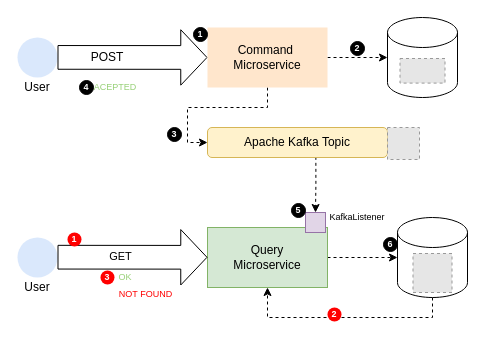
This is page "Page-1" (1 of 2) of resources/cqrs.drawio from drubioa/demo-cqrs-kafka, a draw.io file, before an edit. Source tidied: cells renumbered, new cells numbered last; positions are measured from the earlier drawing's top-left corner, leaving out a move shared by most shapes. Both pictures are drawn from the tidied source at 100%, with x=0, y=0 at pixel (17, 17). Pictures stored in the file or linked from it are replaced by grey dashed boxes.
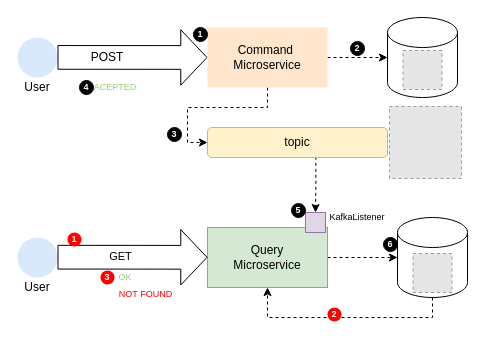
After the change.

Change to the diagram source:
```diff
@@
-    <mxCell id="11" value="Apache Kafka Topic" style="rounded=1;whiteSpace=wrap;html=1;fillColor=#fff2cc;strokeColor=#d6b656;" parent="1" vertex="1">
+    <mxCell id="11" value="topic" style="rounded=1;whiteSpace=wrap;html=1;fillColor=#fff2cc;strokeColor=#d6b656;" parent="1" vertex="1">
       <mxGeometry x="190" y="110" width="180" height="30" as="geometry" />
     </mxCell>
-    <mxCell id="12" style="fillColor=#E6E6E6;strokeColor=#999999;dashed=1;verticalLabelPosition=bottom;labelBackgroundColor=#ffffff;verticalAlign=top;" parent="1" vertex="1">
-      <mxGeometry x="370" y="110" width="32" height="32" as="geometry" />
-    </mxCell>
@@
-    <mxCell id="35" style="fillColor=#E6E6E6;strokeColor=#999999;dashed=1;verticalLabelPosition=bottom;labelBackgroundColor=#ffffff;verticalAlign=top;" parent="1" vertex="1">
-      <mxGeometry x="382.5" y="41" width="45" height="24.6" as="geometry" />
-    </mxCell>
@@
+    <mxCell id="37" style="fillColor=#E6E6E6;strokeColor=#999999;dashed=1;verticalLabelPosition=bottom;labelBackgroundColor=#ffffff;verticalAlign=top;" parent="1" vertex="1">
+      <mxGeometry x="385.5" y="33" width="39" height="39" as="geometry" />
+    </mxCell>
+    <mxCell id="38" style="fillColor=#E6E6E6;strokeColor=#999999;dashed=1;verticalLabelPosition=bottom;labelBackgroundColor=#ffffff;verticalAlign=top;" parent="1" vertex="1">
+      <mxGeometry x="372" y="89" width="72" height="72" as="geometry" />
+    </mxCell>
```
